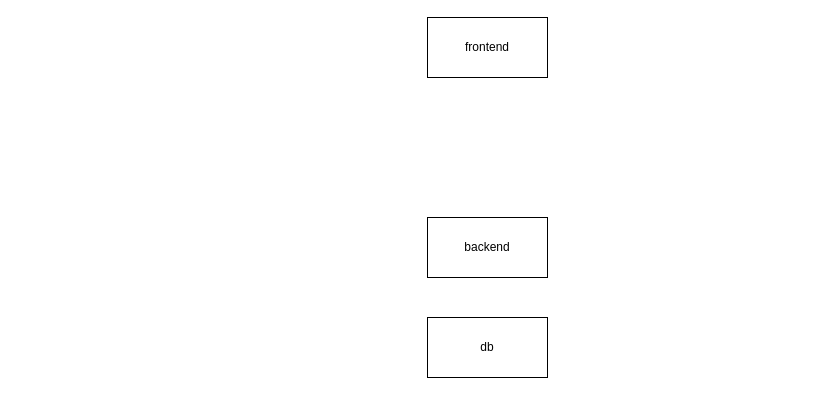
Above: diagrams/App structure.drawio in j-kachalova/CyberToads (draw.io), before the change. Source tidied: cells renumbered, new cells numbered last; positions are measured from the earlier drawing's top-left corner, leaving out a move shared by most shapes. Both pictures are drawn from the tidied source at 100%, with x=0, y=0 at pixel (427, 17).
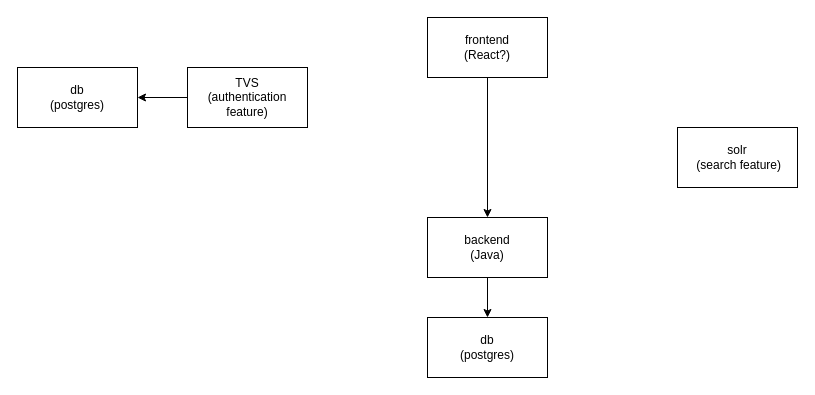
Above is the later version.

What changed in the source:
```diff
@@
 <mxGraphModel>
   <root>
     <mxCell id="0" />
     <mxCell id="1" parent="0" />
+    <mxCell id="5" style="edgeStyle=orthogonalEdgeStyle;rounded=0;jettySize=auto;html=1;" parent="1" edge="1" source="2" target="4">
+      <mxGeometry relative="1" as="geometry" />
+    </mxCell>
-    <mxCell id="2" value="&lt;div&gt;backend&lt;/div&gt;" style="rounded=0;whiteSpace=wrap;html=1;" parent="1" vertex="1">
+    <mxCell id="2" value="&lt;div&gt;backend&lt;/div&gt;(Java)" style="rounded=0;whiteSpace=wrap;html=1;" parent="1" vertex="1">
       <mxGeometry y="200" width="120" height="60" as="geometry" />
     </mxCell>
+    <mxCell id="6" style="edgeStyle=orthogonalEdgeStyle;rounded=0;jettySize=auto;html=1;" parent="1" edge="1" source="3" target="2">
+      <mxGeometry relative="1" as="geometry" />
+    </mxCell>
-    <mxCell id="3" value="&lt;div&gt;frontend&lt;/div&gt;" style="rounded=0;whiteSpace=wrap;html=1;" parent="1" vertex="1">
+    <mxCell id="3" value="&lt;div&gt;frontend&lt;/div&gt;&lt;div&gt;(React?)&lt;/div&gt;" style="rounded=0;whiteSpace=wrap;html=1;" parent="1" vertex="1">
       <mxGeometry width="120" height="60" as="geometry" />
     </mxCell>
-    <mxCell id="4" value="db" style="rounded=0;whiteSpace=wrap;html=1;" parent="1" vertex="1">
+    <mxCell id="4" value="db&lt;br&gt;(postgres)" style="rounded=0;whiteSpace=wrap;html=1;" parent="1" vertex="1">
       <mxGeometry y="300" width="120" height="60" as="geometry" />
     </mxCell>
+    <mxCell id="7" value="&lt;div&gt;solr&lt;/div&gt;&lt;div&gt;&amp;nbsp;(search feature)&lt;/div&gt;" style="rounded=0;whiteSpace=wrap;html=1;" parent="1" vertex="1">
+      <mxGeometry x="250" y="110" width="120" height="60" as="geometry" />
+    </mxCell>
+    <mxCell id="8" style="edgeStyle=orthogonalEdgeStyle;rounded=0;jettySize=auto;html=1;" parent="1" edge="1" source="9" target="10">
+      <mxGeometry relative="1" as="geometry" />
+    </mxCell>
+    <mxCell id="9" value="TVS&lt;br&gt;(authentication feature)" style="rounded=0;whiteSpace=wrap;html=1;" parent="1" vertex="1">
+      <mxGeometry x="-240" y="50" width="120" height="60" as="geometry" />
+    </mxCell>
+    <mxCell id="10" value="db&lt;br&gt;(postgres)" style="rounded=0;whiteSpace=wrap;html=1;" parent="1" vertex="1">
+      <mxGeometry x="-410" y="50" width="120" height="60" as="geometry" />
+    </mxCell>
   </root>
 </mxGraphModel>
```
